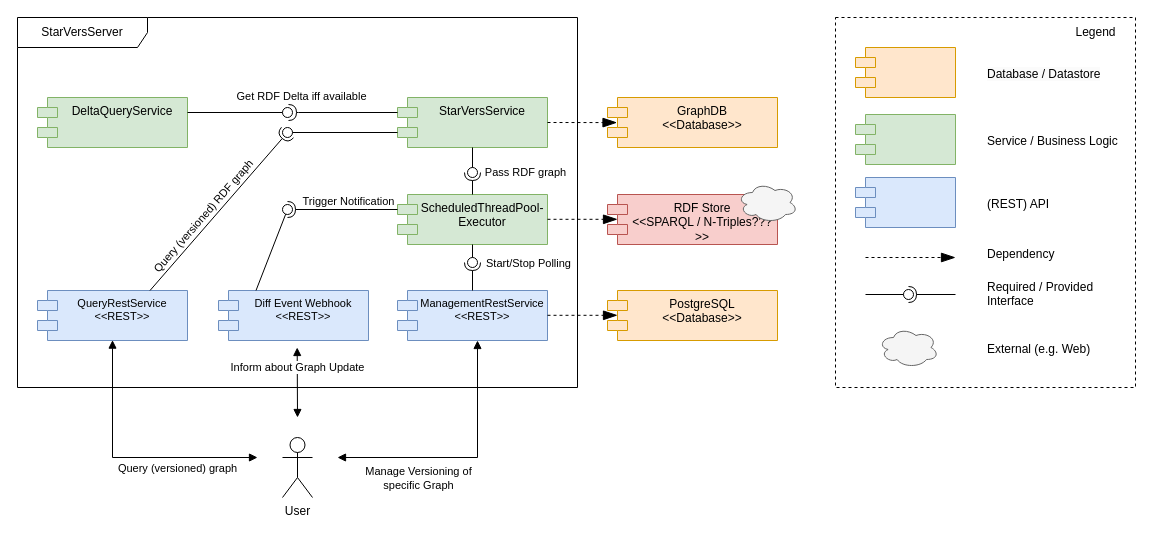
The draw.io diagram assets/ComponentDiagram.drawio in GreenfishK/starvers, before the edit. Source tidied: cells renumbered, new cells numbered last; positions are measured from the earlier drawing's top-left corner, leaving out a move shared by most shapes. Both pictures are drawn from the tidied source at 100%, with x=0, y=0 at pixel (17, 17).
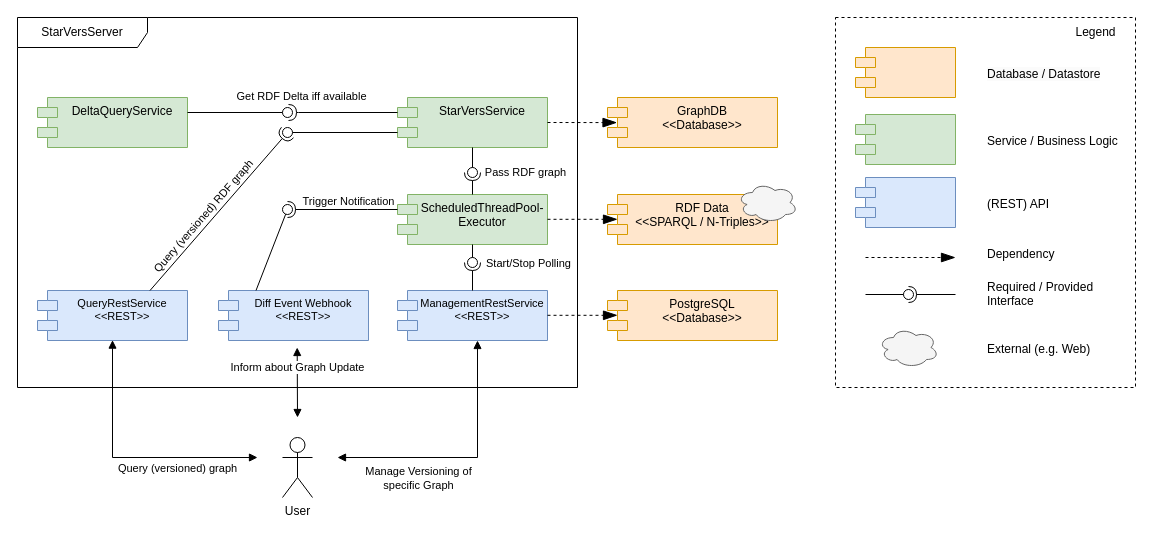
Above is the later version.

The edit, as a diff of the source:
```diff
@@
-    <mxCell id="11" value="RDF Store&lt;br&gt;&amp;lt;&amp;lt;SPARQL / N-Triples???&amp;gt;&amp;gt;" style="shape=module;align=left;spacingLeft=20;align=center;verticalAlign=top;whiteSpace=wrap;html=1;fillColor=#f8cecc;strokeColor=#b85450;" parent="1" vertex="1">
+    <mxCell id="11" value="RDF Data&lt;br&gt;&amp;lt;&amp;lt;SPARQL /&amp;nbsp;&lt;span style=&quot;background-color: initial;&quot;&gt;N-Triples&amp;gt;&amp;gt;&lt;/span&gt;" style="shape=module;align=left;spacingLeft=20;align=center;verticalAlign=top;whiteSpace=wrap;html=1;fillColor=#ffe6cc;strokeColor=#d79b00;" parent="1" vertex="1">
       <mxGeometry x="590" y="177" width="170" height="50" as="geometry" />
     </mxCell>
```
